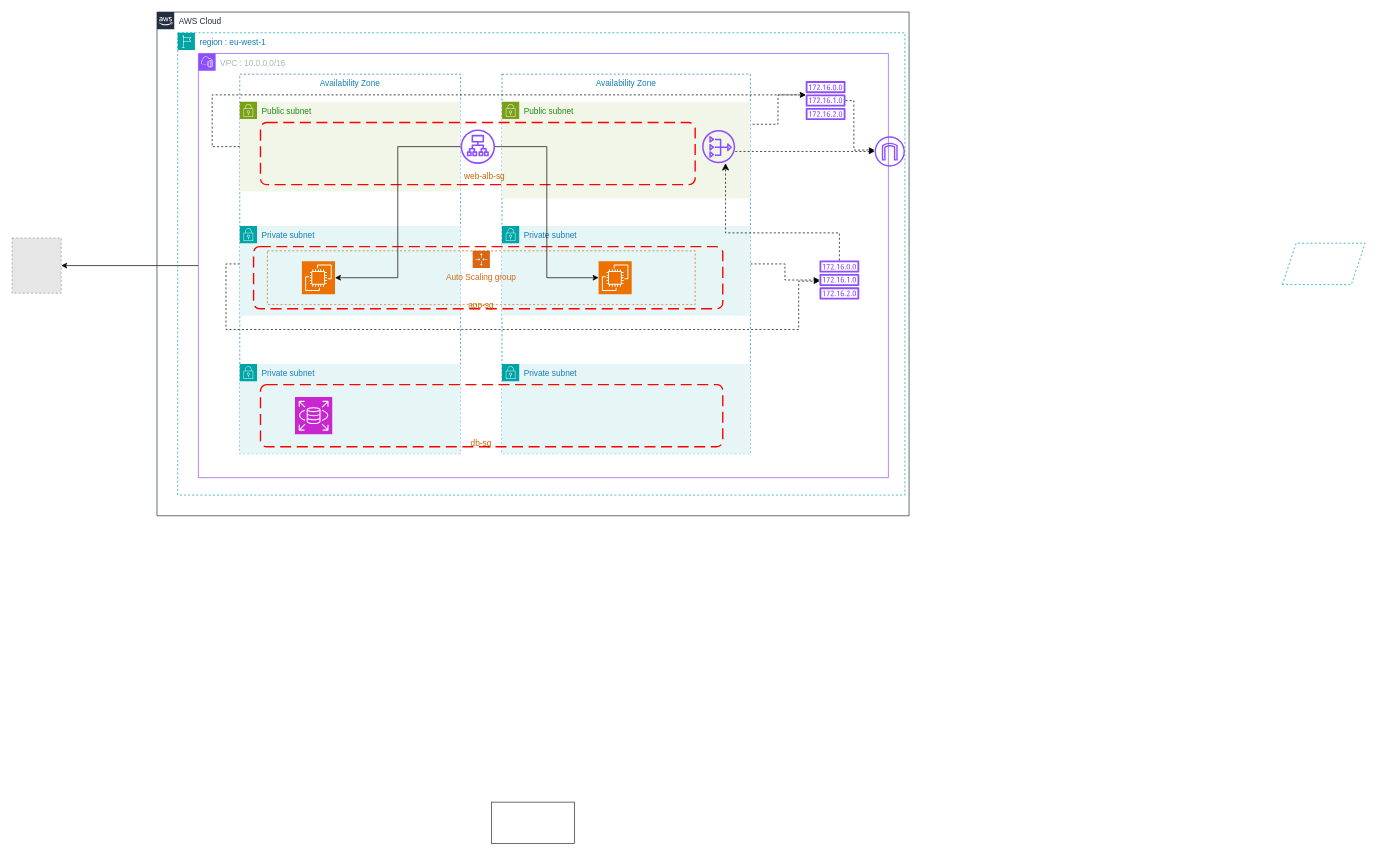
nabbi007/3-web-tier-architecture- keeps this draw.io diagram as three-web-tier.drawio. Above is the earlier version. Source tidied: cells renumbered, new cells numbered last; positions are measured from the earlier drawing's top-left corner, leaving out a move shared by most shapes. Both pictures are drawn from the tidied source at 69%, with x=0, y=0 at pixel (12, 12). Pictures stored in the file or linked from it are replaced by grey dashed boxes.
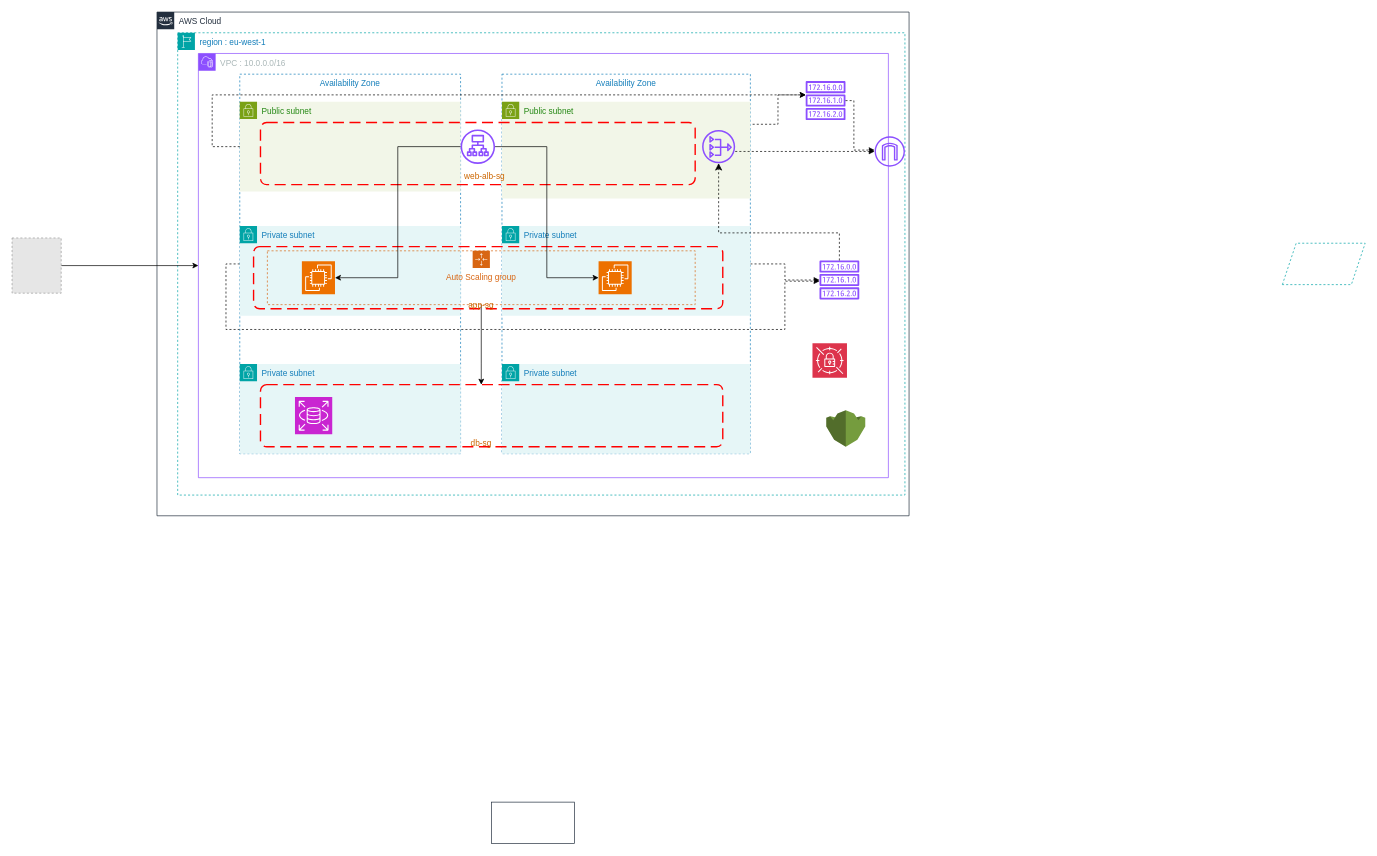
Above is the later version.

The change refers to these unchanged cells:
```xml
<mxCell id="4" value="VPC : 10.0.0.0/16" style="points=[[0,0],[0.25,0],[0.5,0],[0.75,0],[1,0],[1,0.25],[1,0.5],[1,0.75],[1,1],[0.75,1],[0.5,1],[0.25,1],[0,1],[0,0.75],[0,0.5],[0,0.25]];outlineConnect=0;gradientColor=none;html=1;whiteSpace=wrap;fontSize=12;fontStyle=0;shape=mxgraph.aws4.group;grIcon=mxgraph.aws4.group_vpc2;strokeColor=#8C4FFF;fillColor=none;verticalAlign=top;align=left;spacingLeft=30;fontColor=#AAB7B8;dashed=0;" parent="1" vertex="1">
  <mxGeometry x="270" y="60" width="1000" height="614.8" as="geometry" />
</mxCell>
<mxCell id="5" value="region : eu-west-1" style="gradientColor=none;html=1;whiteSpace=wrap;fontSize=12;fontStyle=0;shape=mxgraph.aws4.group;grIcon=mxgraph.aws4.group_region;strokeColor=#00A4A6;fillColor=none;verticalAlign=top;align=left;spacingLeft=30;fontColor=#147EBA;dashed=1;" parent="1" vertex="1">
  <mxGeometry x="240" y="30" width="1054" height="670" as="geometry" />
</mxCell>
<mxCell id="7" value="Availability Zone" style="fillColor=none;strokeColor=#147EBA;dashed=1;verticalAlign=top;fontStyle=0;fontColor=#147EBA;whiteSpace=wrap;html=1;" parent="5" vertex="1">
  <mxGeometry x="90" y="60" width="320" height="550" as="geometry" />
</mxCell>
<mxCell id="20" style="rounded=1;arcSize=10;dashed=1;strokeColor=#ff0000;fillColor=none;gradientColor=none;dashPattern=8 4;strokeWidth=2;" parent="5" vertex="1">
  <mxGeometry x="120" y="510" width="670" height="90" as="geometry" />
</mxCell>
<mxCell id="23" style="sketch=0;outlineConnect=0;fontColor=#232F3E;gradientColor=none;fillColor=#8C4FFF;strokeColor=none;dashed=0;verticalLabelPosition=bottom;verticalAlign=top;align=center;html=1;fontSize=12;fontStyle=0;shape=mxgraph.aws4.route_table;" parent="5" vertex="1">
  <mxGeometry x="930" y="330" width="58" height="56.5" as="geometry" />
</mxCell>
<mxCell id="29" style="sketch=0;outlineConnect=0;fontColor=#232F3E;gradientColor=none;fillColor=#8C4FFF;strokeColor=none;dashed=0;verticalLabelPosition=bottom;verticalAlign=top;align=center;html=1;fontSize=12;fontStyle=0;shape=mxgraph.aws4.nat_gateway;" parent="5" vertex="1">
  <mxGeometry x="760" y="141" width="48" height="48" as="geometry" />
</mxCell>
<mxCell id="32" value="Auto Scaling group" style="points=[[0,0],[0.25,0],[0.5,0],[0.75,0],[1,0],[1,0.25],[1,0.5],[1,0.75],[1,1],[0.75,1],[0.5,1],[0.25,1],[0,1],[0,0.75],[0,0.5],[0,0.25]];outlineConnect=0;gradientColor=none;html=1;whiteSpace=wrap;fontSize=12;fontStyle=0;shape=mxgraph.aws4.groupCenter;grIcon=mxgraph.aws4.group_auto_scaling_group;grStroke=1;strokeColor=#D86613;fillColor=none;verticalAlign=top;align=center;fontColor=#D86613;dashed=1;spacingTop=25;" parent="1" vertex="1">
  <mxGeometry x="370" y="346" width="620" height="78" as="geometry" />
</mxCell>
<mxCell id="40" style="fillColor=#E6E6E6;strokeColor=#999999;dashed=1;verticalLabelPosition=bottom;labelBackgroundColor=default;verticalAlign=top;" parent="1" vertex="1">
  <mxGeometry y="327.4" width="71.2" height="80" as="geometry" />
</mxCell>
```

Diff of the diagram source:
```diff
@@
-    <mxCell id="3" style="edgeStyle=orthogonalEdgeStyle;rounded=0;jettySize=auto;html=1;exitX=0;exitY=0.5;exitDx=0;exitDy=0;" parent="1" edge="1" source="4" target="40">
-      <mxGeometry relative="1" as="geometry" />
-    </mxCell>
@@
     <mxCell id="6" style="edgeStyle=orthogonalEdgeStyle;rounded=0;jettySize=auto;html=1;exitX=0;exitY=0.5;exitDx=0;exitDy=0;dashed=1;" parent="5" edge="1" source="7" target="23">
       <mxGeometry relative="1" as="geometry">
         <Array as="points">
           <mxPoint x="70" y="335" />
           <mxPoint x="70" y="430" />
-          <mxPoint x="900" y="430" />
-          <mxPoint x="900" y="360" />
+          <mxPoint x="880" y="430" />
+          <mxPoint x="880" y="360" />
         </Array>
       </mxGeometry>
     </mxCell>
@@
     <mxCell id="27" style="edgeStyle=segmentEdgeStyle;endArrow=classic;html=1;curved=0;rounded=0;endSize=8;startSize=8;dashed=1;" parent="5" edge="1" source="23" target="29">
       <mxGeometry relative="1" as="geometry">
         <Array as="points">
           <mxPoint x="959" y="290" />
-          <mxPoint x="794" y="290" />
+          <mxPoint x="784" y="290" />
         </Array>
       </mxGeometry>
     </mxCell>
@@
+    <mxCell id="41" style="sketch=0;fontColor=#232F3E;fillColor=#DD344C;strokeColor=#ffffff;dashed=0;verticalLabelPosition=bottom;verticalAlign=top;align=center;html=1;fontSize=12;fontStyle=0;shape=mxgraph.aws4.resourceIcon;resIcon=mxgraph.aws4.secrets_manager;" parent="5" vertex="1">
+      <mxGeometry x="920" y="450" width="50" height="50" as="geometry" />
+    </mxCell>
+    <mxCell id="42" style="dashed=0;verticalLabelPosition=bottom;verticalAlign=top;align=center;html=1;shape=mxgraph.aws3.kms;fillColor=#759C3E;gradientColor=none;" parent="5" vertex="1">
+      <mxGeometry x="940" y="547" width="56.5" height="53" as="geometry" />
+    </mxCell>
@@
+    <mxCell id="43" style="edgeStyle=orthogonalEdgeStyle;rounded=0;jettySize=auto;html=1;" parent="1" edge="1" source="32" target="20">
+      <mxGeometry relative="1" as="geometry">
+        <Array as="points">
+          <mxPoint x="680" y="510" />
+          <mxPoint x="680" y="510" />
+        </Array>
+      </mxGeometry>
+    </mxCell>
@@
+    <mxCell id="44" style="edgeStyle=orthogonalEdgeStyle;rounded=0;jettySize=auto;html=1;entryX=0;entryY=0.5;entryDx=0;entryDy=0;" parent="1" edge="1" source="40" target="4">
+      <mxGeometry relative="1" as="geometry" />
+    </mxCell>
```
